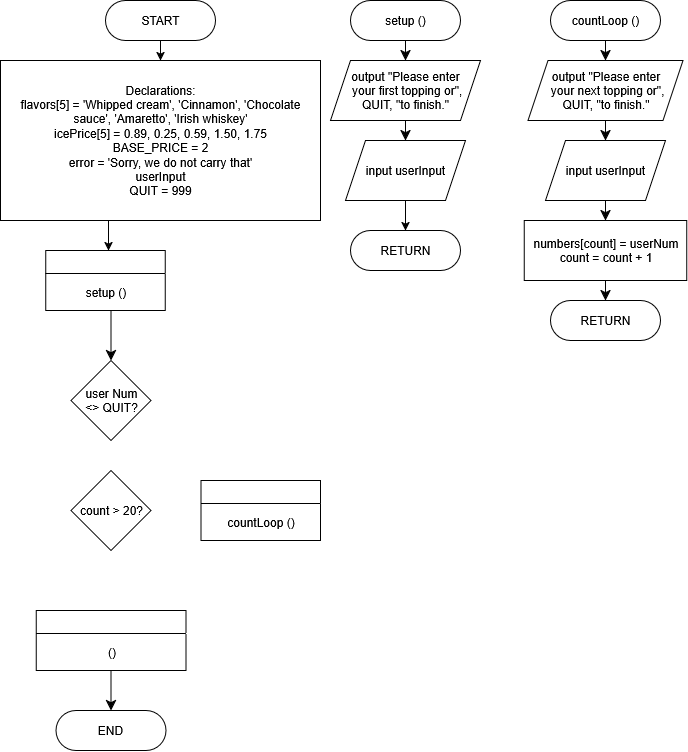
CBowles10/SDEV_120_FALL2025_CBOWLES keeps this draw.io diagram as Module 7 - Arrays Exercise 2 - Connor Bowles.drawio.png. Above is the earlier version. Source tidied: cells renumbered, new cells last; positions are measured from the earlier drawing's top-left corner, leaving out a move shared by most shapes.
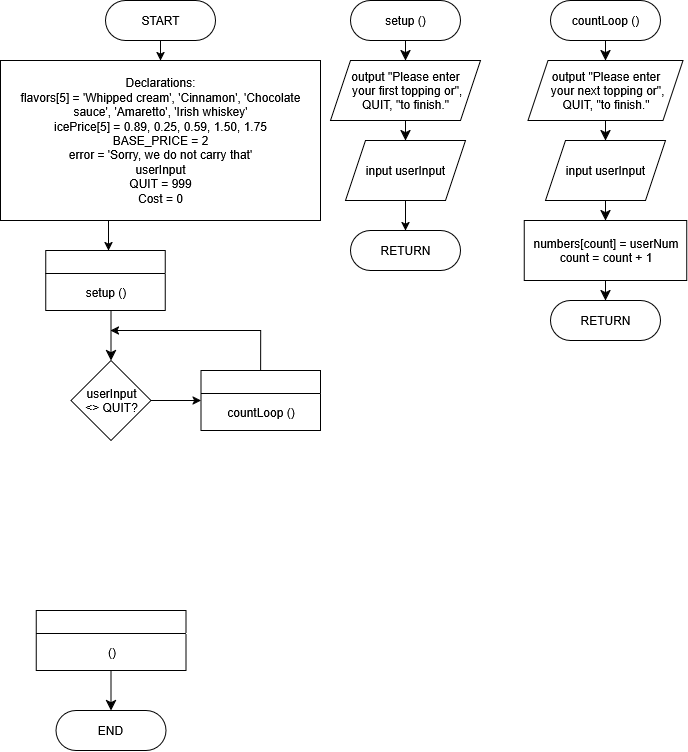
The same diagram one commit later.

What changed in the source:
```diff
@@ -14,14 +14,19 @@
         <mxPoint x="108.1" y="250" as="targetPoint" />
       </mxGeometry>
     </mxCell>
-    <mxCell id="5" value="Declarations:&lt;div&gt;flavors[5] = 'Whipped cream', 'Cinnamon', 'Chocolate sauce', 'Amaretto', 'Irish whiskey'&lt;br&gt;icePrice[5] = 0.89, 0.25, 0.59, 1.50, 1.75&lt;br&gt;BASE_PRICE = 2&lt;br&gt;error = 'Sorry, we do not carry that'&lt;/div&gt;&lt;div&gt;userInput&lt;br&gt;QUIT = 999&lt;/div&gt;" style="rounded=0;whiteSpace=wrap;html=1;" parent="1" vertex="1">
+    <mxCell id="5" value="Declarations:&lt;div&gt;flavors[5] = 'Whipped cream', 'Cinnamon', 'Chocolate sauce', 'Amaretto', 'Irish whiskey'&lt;br&gt;icePrice[5] = 0.89, 0.25, 0.59, 1.50, 1.75&lt;br&gt;BASE_PRICE = 2&lt;br&gt;error = 'Sorry, we do not carry that'&lt;/div&gt;&lt;div&gt;userInput&lt;br&gt;QUIT = 999&lt;br&gt;Cost = 0&lt;/div&gt;" style="rounded=0;whiteSpace=wrap;html=1;" parent="1" vertex="1">
       <mxGeometry y="60" width="320" height="160" as="geometry" />
     </mxCell>
-    <mxCell id="6" value="count &amp;gt; 20?" style="rhombus;whiteSpace=wrap;html=1;" parent="1" vertex="1">
-      <mxGeometry x="70.5" y="470" width="80" height="80" as="geometry" />
-    </mxCell>
+    <mxCell id="34" style="edgeStyle=orthogonalEdgeStyle;rounded=0;jettySize=auto;html=1;exitX=0.5;exitY=0;exitDx=0;exitDy=0;" parent="1" edge="1" source="7">
+      <mxGeometry relative="1" as="geometry">
+        <mxPoint x="110" y="330" as="targetPoint" />
+        <Array as="points">
+          <mxPoint x="260" y="330" />
+        </Array>
+      </mxGeometry>
+    </mxCell>
     <mxCell id="7" style="swimlane;whiteSpace=wrap;html=1;" parent="1" vertex="1">
-      <mxGeometry x="200.5" y="480" width="119.5" height="60" as="geometry" />
+      <mxGeometry x="200.5" y="370" width="119.5" height="60" as="geometry" />
     </mxCell>
     <mxCell id="8" value="&lt;font style=&quot;font-size: 12px;&quot;&gt;countLoop ()&lt;/font&gt;" style="text;html=1;align=center;verticalAlign=middle;strokeColor=none;fillColor=none;fontSize=16;" parent="7" vertex="1">
       <mxGeometry x="14.8" y="25" width="90" height="30" as="geometry" />
@@ -49,7 +54,10 @@
     <mxCell id="15" value="&lt;font style=&quot;font-size: 12px;&quot;&gt;()&lt;/font&gt;" style="text;html=1;align=center;verticalAlign=middle;strokeColor=none;fillColor=none;fontSize=16;" parent="14" vertex="1">
       <mxGeometry x="59.9" y="25" width="30" height="30" as="geometry" />
     </mxCell>
+    <mxCell id="35" style="edgeStyle=orthogonalEdgeStyle;rounded=0;jettySize=auto;html=1;exitX=1;exitY=0.5;exitDx=0;exitDy=0;entryX=0;entryY=0.5;entryDx=0;entryDy=0;" parent="1" edge="1" source="16" target="7">
+      <mxGeometry relative="1" as="geometry" />
+    </mxCell>
-    <mxCell id="16" value="user Num&lt;br&gt;&amp;lt;&amp;gt; QUIT?" style="rhombus;whiteSpace=wrap;html=1;" parent="1" vertex="1">
+    <mxCell id="16" value="userInput&lt;br&gt;&amp;lt;&amp;gt; QUIT?" style="rhombus;whiteSpace=wrap;html=1;" parent="1" vertex="1">
       <mxGeometry x="70.5" y="360" width="80" height="80" as="geometry" />
     </mxCell>
     <mxCell id="17" style="edgeStyle=none;curved=1;rounded=0;jettySize=auto;html=1;exitX=0.5;exitY=1;exitDx=0;exitDy=0;entryX=0.5;entryY=0;entryDx=0;entryDy=0;fontSize=12;startSize=8;endSize=8;" parent="1" edge="1" source="18" target="20">
```
